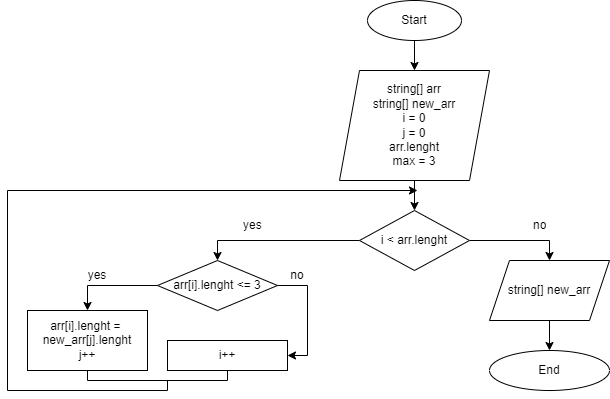
Earlier version of the draw.io export Scheme.drawio.png (AnnaShiskanova/final_task). Source tidied: cells renumbered, new cells last; positions are measured from the earlier drawing's top-left corner, leaving out a move shared by most shapes.
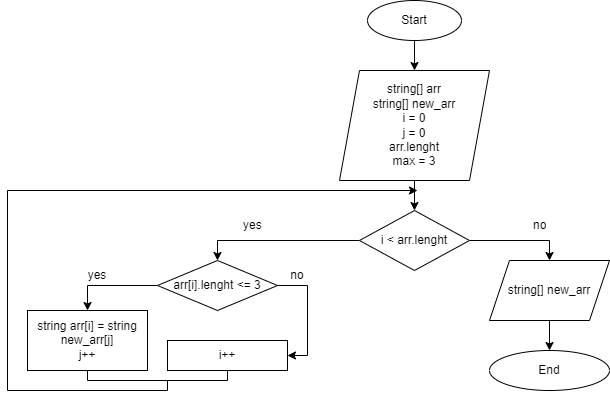
The same file after the commit.

Change to the diagram source:
```diff
@@ -23,7 +23,7 @@
     <mxCell id="8" value="i &amp;lt; arr.lenght" style="rhombus;whiteSpace=wrap;html=1;" parent="1" vertex="1">
       <mxGeometry x="352" y="210" width="110" height="60" as="geometry" />
     </mxCell>
-    <mxCell id="9" value="arr[i].lenght =&amp;nbsp; new_arr[j].lenght&lt;br&gt;j++" style="rounded=0;whiteSpace=wrap;html=1;" parent="1" vertex="1">
+    <mxCell id="9" value="string arr[i] = string new_arr[j]&lt;br&gt;j++" style="rounded=0;whiteSpace=wrap;html=1;" parent="1" vertex="1">
       <mxGeometry x="20" y="310" width="120" height="60" as="geometry" />
     </mxCell>
     <mxCell id="10" value="yes" style="text;strokeColor=none;fillColor=none;align=left;verticalAlign=middle;spacingLeft=4;spacingRight=4;overflow=hidden;whiteSpace=wrap;html=1;" parent="1" vertex="1">
```
